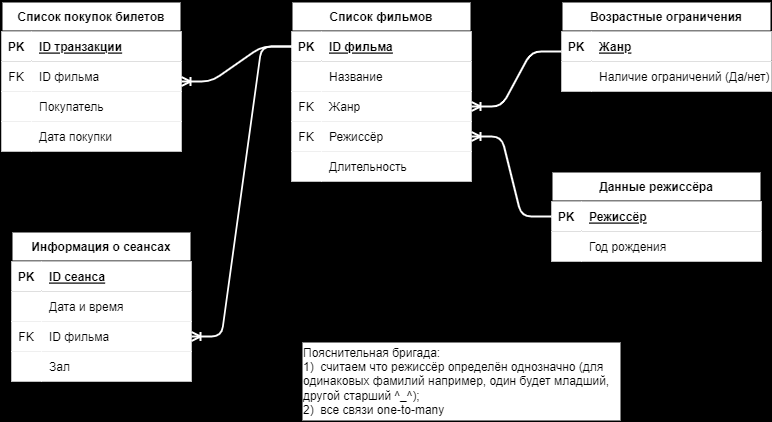
Above: part1/HW2.png in Kolesa-Education/kolesa-upgrade-homework-4 (draw.io), before the change. Source tidied: cells renumbered, new cells last; positions are measured from the earlier drawing's top-left corner, leaving out a move shared by most shapes.
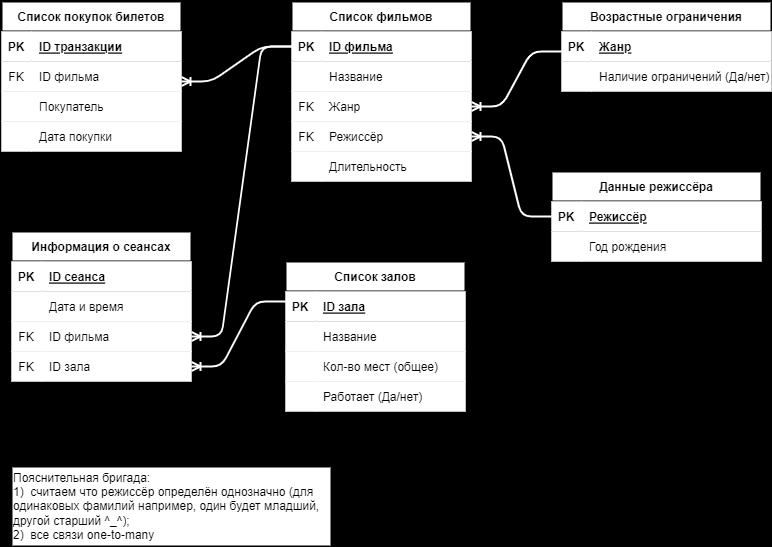
After the change.

The edit, as a diff of the source:
```diff
@@ -42,7 +42,7 @@
       <mxGeometry x="30" width="150" height="30" as="geometry" />
     </mxCell>
     <mxCell id="15" value="Пояснительная бригада:&lt;br&gt;1)&amp;nbsp; считаем что режиссёр определён однозначно (для одинаковых фамилий например, один будет младший, другой старший ^_^);&lt;br&gt;2)&amp;nbsp; все связи one-to-many" style="rounded=0;whiteSpace=wrap;html=1;align=left;strokeWidth=2;labelBackgroundColor=none;" parent="1" vertex="1">
-      <mxGeometry x="300" y="340" width="320" height="80" as="geometry" />
+      <mxGeometry x="10" y="465" width="320" height="80" as="geometry" />
     </mxCell>
     <mxCell id="16" value="Список фильмов" style="shape=table;startSize=30;rowLines=0;fontStyle=1;align=center;rounded=0;strokeWidth=2;labelBackgroundColor=none;" parent="1" vertex="1">
       <mxGeometry x="290" width="180" height="190" as="geometry" />
@@ -167,10 +167,10 @@
     <mxCell id="56" style="shape=partialRectangle;top=0;left=0;bottom=0;right=0;points=[[0,0.5],[1,0.5]];portConstraint=eastwest;rounded=0;strokeWidth=2;labelBackgroundColor=none;" parent="46" vertex="1">
       <mxGeometry y="120" width="180" height="30" as="geometry" />
     </mxCell>
-    <mxCell id="57" style="shape=partialRectangle;top=0;left=0;bottom=0;right=0;overflow=hidden;rounded=0;strokeWidth=2;labelBackgroundColor=none;" parent="56" vertex="1">
+    <mxCell id="57" value="FK" style="shape=partialRectangle;top=0;left=0;bottom=0;right=0;overflow=hidden;rounded=0;strokeWidth=2;labelBackgroundColor=none;" parent="56" vertex="1">
       <mxGeometry width="30" height="30" as="geometry" />
     </mxCell>
-    <mxCell id="58" value="Зал" style="shape=partialRectangle;top=0;left=0;bottom=0;right=0;align=left;spacingLeft=6;overflow=hidden;rounded=0;strokeWidth=2;labelBackgroundColor=none;" parent="56" vertex="1">
+    <mxCell id="58" value="ID зала" style="shape=partialRectangle;top=0;left=0;bottom=0;right=0;align=left;spacingLeft=6;overflow=hidden;rounded=0;strokeWidth=2;labelBackgroundColor=none;" parent="56" vertex="1">
       <mxGeometry x="30" width="150" height="30" as="geometry" />
     </mxCell>
     <mxCell id="59" style="edgeStyle=entityRelationEdgeStyle;fontSize=12;html=1;endArrow=ERoneToMany;entryX=1;entryY=0.5;entryDx=0;entryDy=0;exitX=0;exitY=0.5;exitDx=0;exitDy=0;strokeColor=#FFFFFF;strokeWidth=2;" parent="1" edge="1" source="32" target="23">
@@ -185,5 +185,47 @@
     <mxCell id="62" style="edgeStyle=entityRelationEdgeStyle;fontSize=12;html=1;endArrow=ERoneToMany;entryX=1;entryY=0.5;entryDx=0;entryDy=0;exitX=0;exitY=0.5;exitDx=0;exitDy=0;strokeColor=#FFFFFF;strokeWidth=2;" parent="1" edge="1" source="17" target="53">
       <mxGeometry relative="1" as="geometry" />
     </mxCell>
+    <mxCell id="63" value="Список залов" style="shape=table;startSize=30;rowLines=0;fontStyle=1;align=center;rounded=0;strokeWidth=2;labelBackgroundColor=none;" parent="1" vertex="1">
+      <mxGeometry x="284" y="260" width="180" height="160" as="geometry" />
+    </mxCell>
+    <mxCell id="64" style="shape=partialRectangle;top=0;left=0;bottom=1;right=0;rounded=0;strokeWidth=2;labelBackgroundColor=none;" parent="63" vertex="1">
+      <mxGeometry y="30" width="180" height="30" as="geometry" />
+    </mxCell>
+    <mxCell id="65" value="PK" style="shape=partialRectangle;top=0;left=0;bottom=0;right=0;fontStyle=1;overflow=hidden;rounded=0;strokeWidth=2;labelBackgroundColor=none;" parent="64" vertex="1">
+      <mxGeometry width="30" height="30" as="geometry" />
+    </mxCell>
+    <mxCell id="66" value="ID зала" style="shape=partialRectangle;top=0;left=0;bottom=0;right=0;align=left;spacingLeft=6;fontStyle=5;overflow=hidden;rounded=0;strokeWidth=2;labelBackgroundColor=none;" parent="64" vertex="1">
+      <mxGeometry x="30" width="150" height="30" as="geometry" />
+    </mxCell>
+    <mxCell id="67" style="shape=partialRectangle;top=0;left=0;bottom=0;right=0;rounded=0;strokeWidth=2;labelBackgroundColor=none;" parent="63" vertex="1">
+      <mxGeometry y="60" width="180" height="30" as="geometry" />
+    </mxCell>
+    <mxCell id="68" style="shape=partialRectangle;top=0;left=0;bottom=0;right=0;overflow=hidden;rounded=0;strokeWidth=2;labelBackgroundColor=none;" parent="67" vertex="1">
+      <mxGeometry width="30" height="30" as="geometry" />
+    </mxCell>
+    <mxCell id="69" value="Название" style="shape=partialRectangle;top=0;left=0;bottom=0;right=0;align=left;spacingLeft=6;overflow=hidden;rounded=0;strokeWidth=2;labelBackgroundColor=none;" parent="67" vertex="1">
+      <mxGeometry x="30" width="150" height="30" as="geometry" />
+    </mxCell>
+    <mxCell id="70" style="shape=partialRectangle;top=0;left=0;bottom=0;right=0;rounded=0;strokeWidth=2;labelBackgroundColor=none;" parent="63" vertex="1">
+      <mxGeometry y="90" width="180" height="30" as="geometry" />
+    </mxCell>
+    <mxCell id="71" style="shape=partialRectangle;top=0;left=0;bottom=0;right=0;overflow=hidden;rounded=0;strokeWidth=2;labelBackgroundColor=none;" parent="70" vertex="1">
+      <mxGeometry width="30" height="30" as="geometry" />
+    </mxCell>
+    <mxCell id="72" value="Кол-во мест (общее)" style="shape=partialRectangle;top=0;left=0;bottom=0;right=0;align=left;spacingLeft=6;overflow=hidden;rounded=0;strokeWidth=2;labelBackgroundColor=none;" parent="70" vertex="1">
+      <mxGeometry x="30" width="150" height="30" as="geometry" />
+    </mxCell>
+    <mxCell id="73" style="shape=partialRectangle;top=0;left=0;bottom=0;right=0;rounded=0;strokeWidth=2;labelBackgroundColor=none;" parent="63" vertex="1">
+      <mxGeometry y="120" width="180" height="30" as="geometry" />
+    </mxCell>
+    <mxCell id="74" style="shape=partialRectangle;top=0;left=0;bottom=0;right=0;overflow=hidden;rounded=0;strokeWidth=2;labelBackgroundColor=none;" parent="73" vertex="1">
+      <mxGeometry width="30" height="30" as="geometry" />
+    </mxCell>
+    <mxCell id="75" value="Работает (Да/нет)" style="shape=partialRectangle;top=0;left=0;bottom=0;right=0;align=left;spacingLeft=6;overflow=hidden;rounded=0;strokeWidth=2;labelBackgroundColor=none;" parent="73" vertex="1">
+      <mxGeometry x="30" width="150" height="30" as="geometry" />
+    </mxCell>
+    <mxCell id="76" style="edgeStyle=entityRelationEdgeStyle;fontSize=12;html=1;endArrow=none;strokeColor=#FFFFFF;strokeWidth=2;endFill=0;startArrow=ERoneToMany;startFill=0;exitX=1;exitY=0.5;exitDx=0;exitDy=0;entryX=0;entryY=0.25;entryDx=0;entryDy=0;" parent="1" edge="1" source="56" target="63">
+      <mxGeometry relative="1" as="geometry" />
+    </mxCell>
   </root>
 </mxGraphModel>
```
